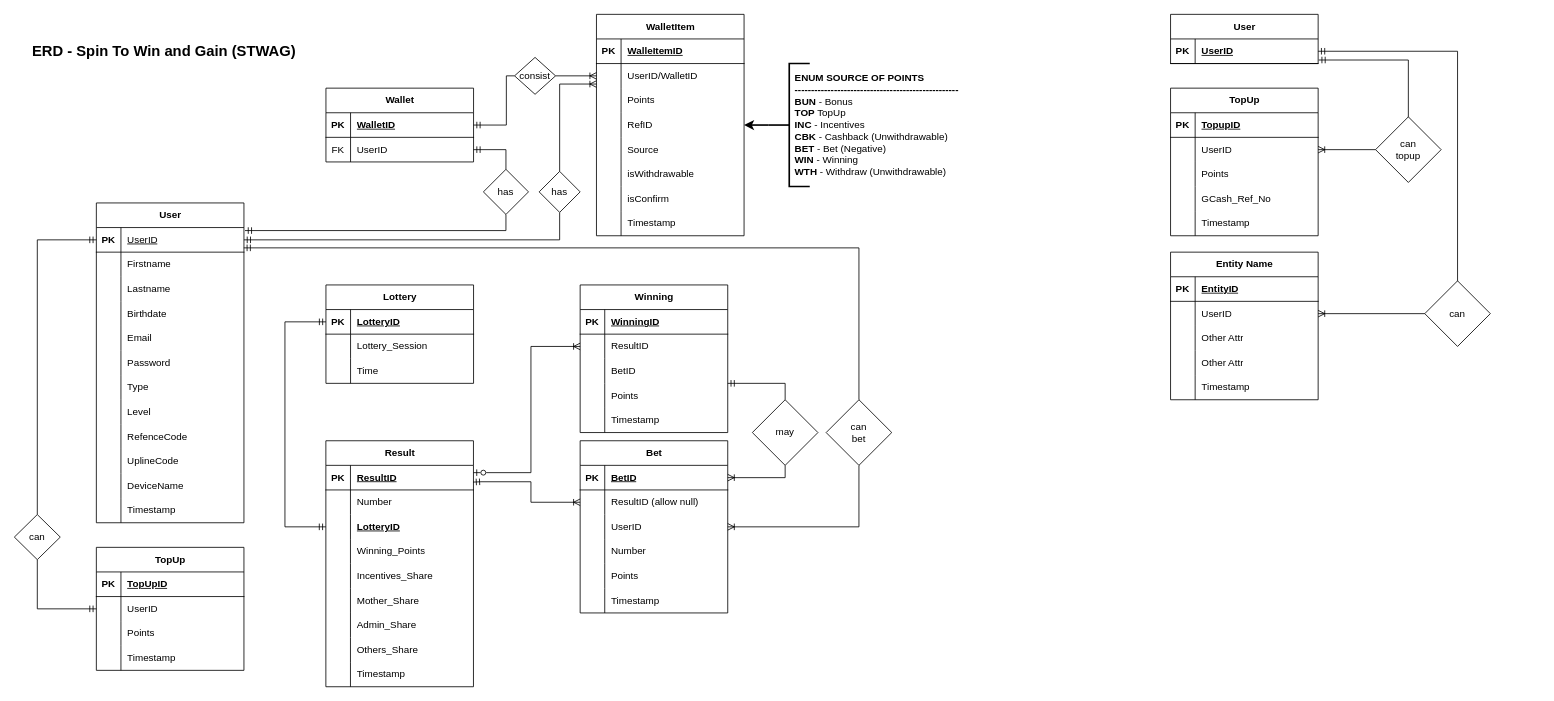
Earlier version of the draw.io diagram page "DFD" (3 of 3) of STWAG.drawio (ediangca/STWAG). Source tidied: cells renumbered, new cells numbered last; positions are measured from the earlier drawing's top-left corner, leaving out a move shared by most shapes. Both pictures are drawn from the tidied source at 82%, with x=0, y=0 at pixel (14, 14).
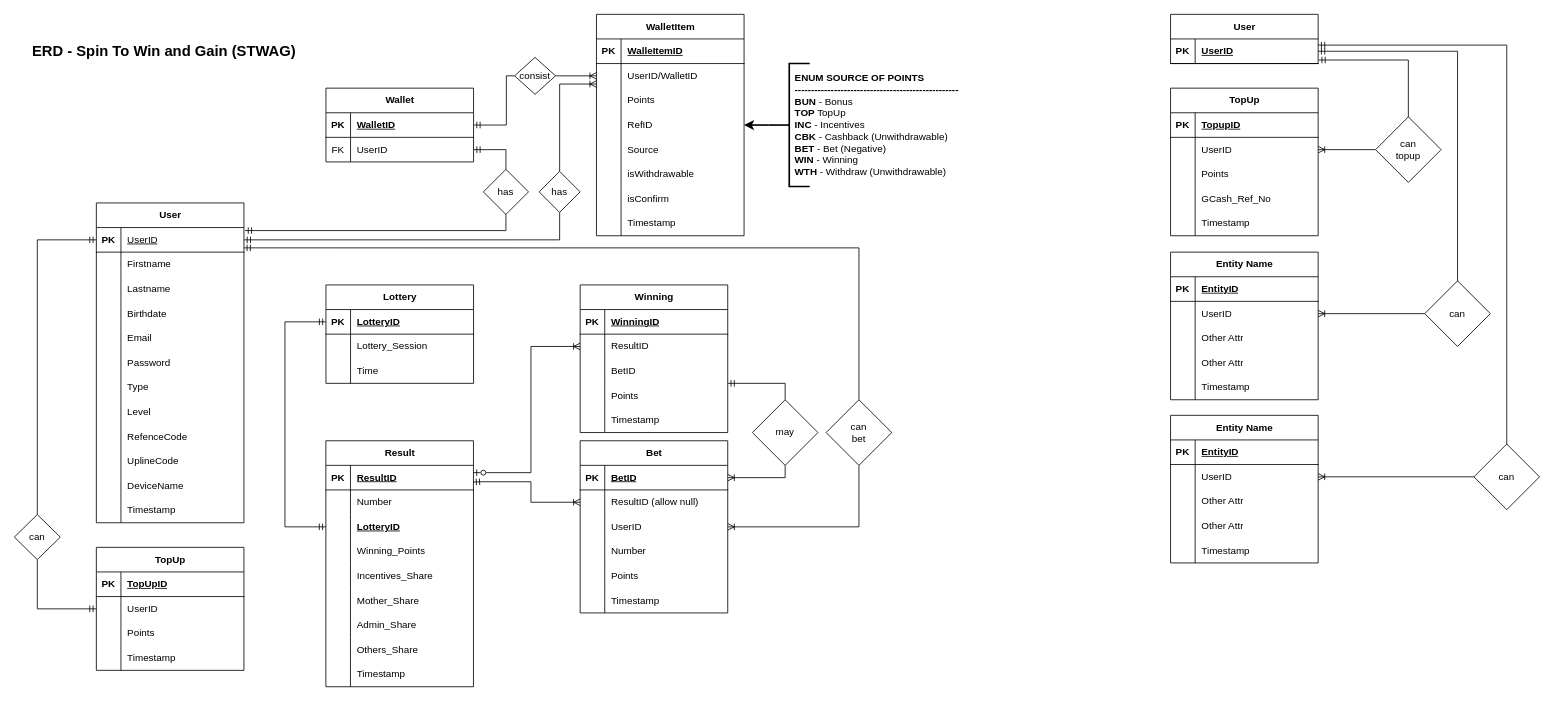
The same diagram, later.

Unchanged cells that the change refers to:
```xml
<mxCell id="206" value="UserID" style="shape=partialRectangle;fillColor=none;top=0;left=0;bottom=0;right=0;align=left;spacingLeft=6;fontStyle=5;overflow=hidden;whiteSpace=wrap;html=1;" parent="204" vertex="1">
  <mxGeometry x="30" width="150" height="30" as="geometry" />
</mxCell>
```

What changed in the source:
```diff
@@
+    <mxCell id="226" style="edgeStyle=orthogonalEdgeStyle;fontSize=12;html=1;endArrow=ERmandOne;startArrow=none;rounded=0;fontFamily=Helvetica;fontColor=default;fontStyle=1;endFill=0;exitX=0.5;exitY=0.063;exitDx=0;exitDy=0;startFill=0;exitPerimeter=0;entryX=1;entryY=0.25;entryDx=0;entryDy=0;" parent="1" edge="1" source="227" target="206">
+      <mxGeometry relative="1" as="geometry">
+        <Array as="points">
+          <mxPoint x="1820" y="38" />
+        </Array>
+      </mxGeometry>
+    </mxCell>
+    <mxCell id="227" value="can" style="rhombus;whiteSpace=wrap;html=1;" parent="1" vertex="1">
+      <mxGeometry x="1780" y="524" width="80" height="80" as="geometry" />
+    </mxCell>
+    <mxCell id="228" style="edgeStyle=orthogonalEdgeStyle;fontSize=12;html=1;endArrow=none;startArrow=ERoneToMany;rounded=0;fontFamily=Helvetica;fontColor=default;fontStyle=1;endFill=0;startFill=0;entryX=0;entryY=0.5;entryDx=0;entryDy=0;exitX=1;exitY=0.5;exitDx=0;exitDy=0;" parent="1" edge="1" source="235" target="227">
+      <mxGeometry relative="1" as="geometry" />
+    </mxCell>
+    <mxCell id="229" value="Entity Name" style="shape=table;startSize=30;childLayout=tableLayout;rowLines=0;fontStyle=1;align=center;html=1;" parent="1" vertex="1">
+      <mxGeometry x="1410" y="489" width="180" height="180" as="geometry" />
+    </mxCell>
+    <mxCell id="230" style="shape=tableRow;horizontal=0;startSize=0;swimlaneHead=0;swimlaneBody=0;fillColor=none;top=0;left=0;right=0;bottom=1;" parent="229" vertex="1">
+      <mxGeometry y="30" width="180" height="30" as="geometry" />
+    </mxCell>
+    <mxCell id="231" value="PK" style="shape=partialRectangle;fillColor=none;top=0;left=0;bottom=0;right=0;fontStyle=1;overflow=hidden;whiteSpace=wrap;html=1;" parent="230" vertex="1">
+      <mxGeometry width="30" height="30" as="geometry" />
+    </mxCell>
+    <mxCell id="232" value="EntityID" style="shape=partialRectangle;fillColor=none;top=0;left=0;bottom=0;right=0;align=left;spacingLeft=6;fontStyle=5;overflow=hidden;whiteSpace=wrap;html=1;" parent="230" vertex="1">
+      <mxGeometry x="30" width="150" height="30" as="geometry" />
+    </mxCell>
+    <mxCell id="233" style="shape=tableRow;horizontal=0;startSize=0;swimlaneHead=0;swimlaneBody=0;fillColor=none;top=0;left=0;right=0;bottom=0;" parent="229" vertex="1">
+      <mxGeometry y="60" width="180" height="30" as="geometry" />
+    </mxCell>
+    <mxCell id="234" style="shape=partialRectangle;fillColor=none;top=0;left=0;bottom=0;right=0;overflow=hidden;whiteSpace=wrap;html=1;" parent="233" vertex="1">
+      <mxGeometry width="30" height="30" as="geometry" />
+    </mxCell>
+    <mxCell id="235" value="UserID" style="shape=partialRectangle;fillColor=none;top=0;left=0;bottom=0;right=0;align=left;spacingLeft=6;overflow=hidden;whiteSpace=wrap;html=1;" parent="233" vertex="1">
+      <mxGeometry x="30" width="150" height="30" as="geometry" />
+    </mxCell>
+    <mxCell id="236" style="shape=tableRow;horizontal=0;startSize=0;swimlaneHead=0;swimlaneBody=0;fillColor=none;top=0;left=0;right=0;bottom=0;" parent="229" vertex="1">
+      <mxGeometry y="90" width="180" height="30" as="geometry" />
+    </mxCell>
+    <mxCell id="237" style="shape=partialRectangle;fillColor=none;top=0;left=0;bottom=0;right=0;overflow=hidden;whiteSpace=wrap;html=1;" parent="236" vertex="1">
+      <mxGeometry width="30" height="30" as="geometry" />
+    </mxCell>
+    <mxCell id="238" value="Other Attr" style="shape=partialRectangle;fillColor=none;top=0;left=0;bottom=0;right=0;align=left;spacingLeft=6;overflow=hidden;whiteSpace=wrap;html=1;" parent="236" vertex="1">
+      <mxGeometry x="30" width="150" height="30" as="geometry" />
+    </mxCell>
+    <mxCell id="239" style="shape=tableRow;horizontal=0;startSize=0;swimlaneHead=0;swimlaneBody=0;fillColor=none;top=0;left=0;right=0;bottom=0;" parent="229" vertex="1">
+      <mxGeometry y="120" width="180" height="30" as="geometry" />
+    </mxCell>
+    <mxCell id="240" style="shape=partialRectangle;fillColor=none;top=0;left=0;bottom=0;right=0;overflow=hidden;whiteSpace=wrap;html=1;" parent="239" vertex="1">
+      <mxGeometry width="30" height="30" as="geometry" />
+    </mxCell>
+    <mxCell id="241" value="Other Attr" style="shape=partialRectangle;fillColor=none;top=0;left=0;bottom=0;right=0;align=left;spacingLeft=6;overflow=hidden;whiteSpace=wrap;html=1;" parent="239" vertex="1">
+      <mxGeometry x="30" width="150" height="30" as="geometry" />
+    </mxCell>
+    <mxCell id="242" style="shape=tableRow;horizontal=0;startSize=0;swimlaneHead=0;swimlaneBody=0;fillColor=none;top=0;left=0;right=0;bottom=0;" parent="229" vertex="1">
+      <mxGeometry y="150" width="180" height="30" as="geometry" />
+    </mxCell>
+    <mxCell id="243" style="shape=partialRectangle;fillColor=none;top=0;left=0;bottom=0;right=0;overflow=hidden;whiteSpace=wrap;html=1;" parent="242" vertex="1">
+      <mxGeometry width="30" height="30" as="geometry" />
+    </mxCell>
+    <mxCell id="244" value="Timestamp" style="shape=partialRectangle;fillColor=none;top=0;left=0;bottom=0;right=0;align=left;spacingLeft=6;overflow=hidden;whiteSpace=wrap;html=1;" parent="242" vertex="1">
+      <mxGeometry x="30" width="150" height="30" as="geometry" />
+    </mxCell>
```
